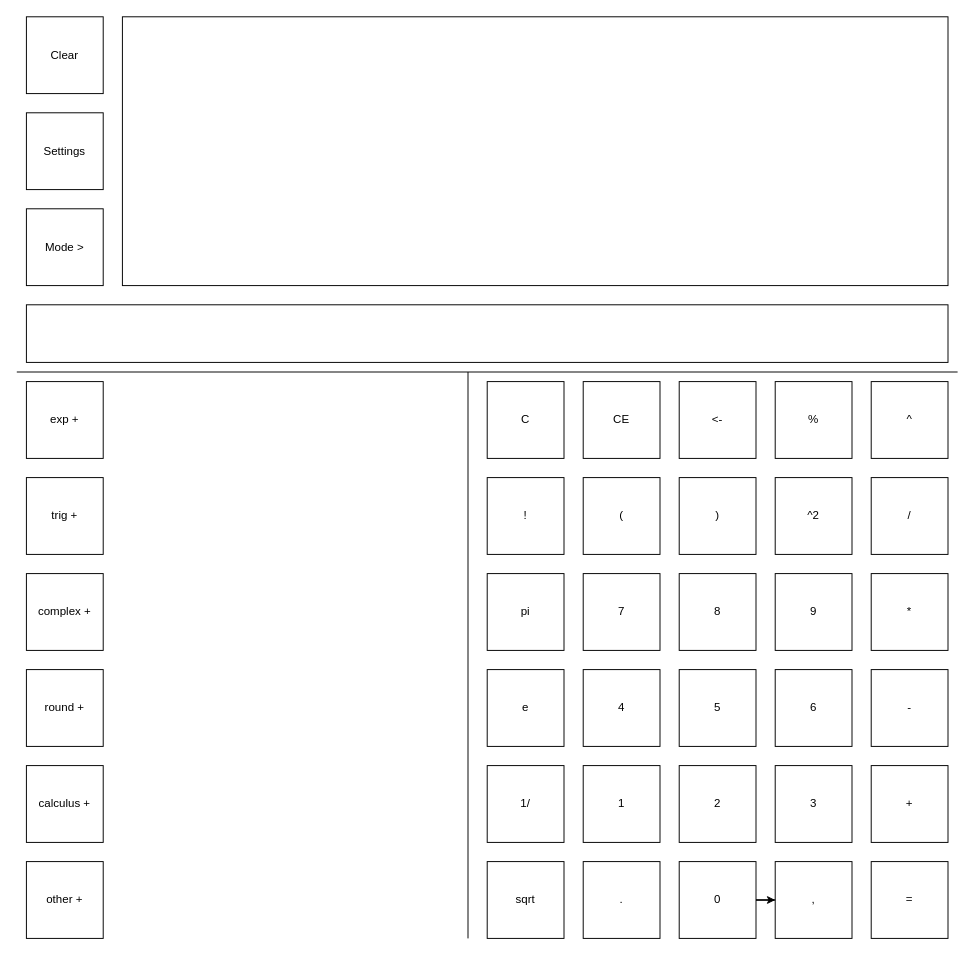
Earlier version of the draw.io diagram caclfelx2.drawio (fiban123/CalcFlex2). Source tidied: cells renumbered, new cells numbered last; positions are measured from the earlier drawing's top-left corner, leaving out a move shared by most shapes. Both pictures are drawn from the tidied source at 96%, with x=0, y=0 at pixel (16, 16).
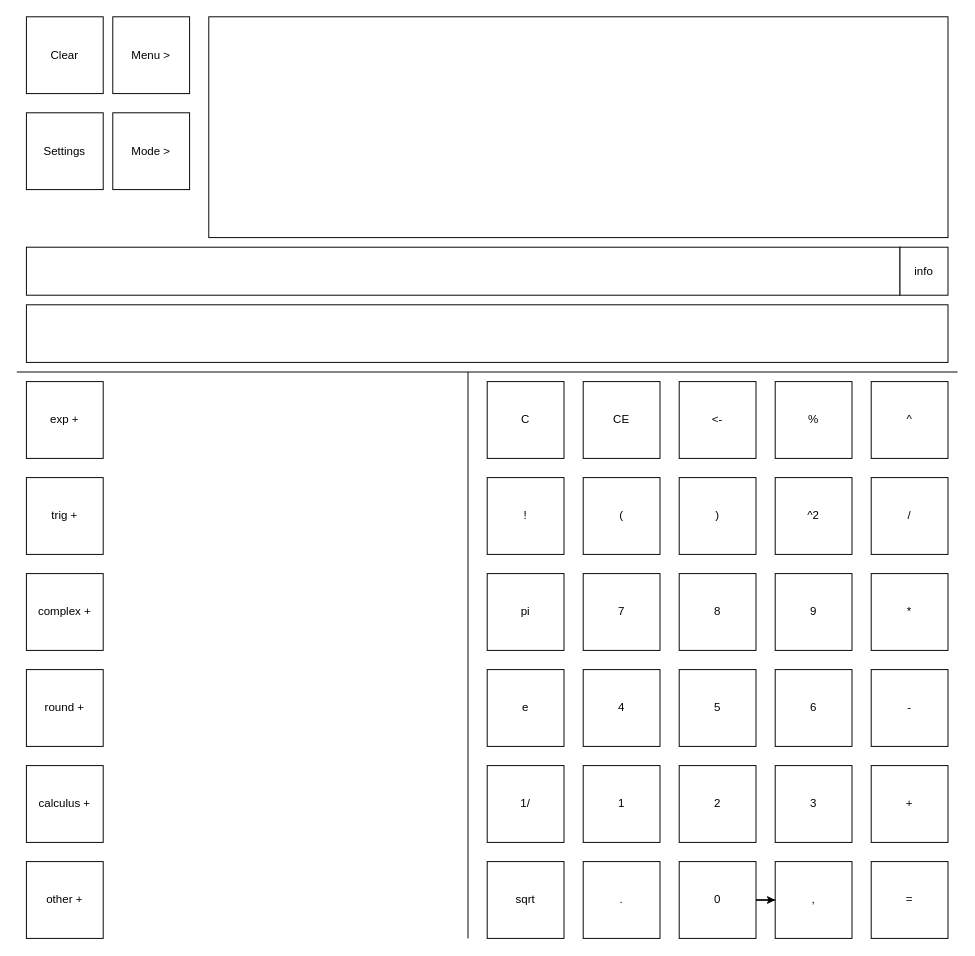
The same page after the edit.

Change to the diagram source:
```diff
@@
-    <mxCell id="43" value="Mode &amp;gt;" style="whiteSpace=wrap;html=1;" parent="1" vertex="1">
-      <mxGeometry x="10" y="200" width="80" height="80" as="geometry" />
+    <mxCell id="43" value="Menu &amp;gt;" style="whiteSpace=wrap;html=1;" parent="1" vertex="1">
+      <mxGeometry x="100" width="80" height="80" as="geometry" />
     </mxCell>
@@
     <mxCell id="45" style="rounded=0;whiteSpace=wrap;html=1;" parent="1" vertex="1">
-      <mxGeometry x="110" width="860" height="280" as="geometry" />
+      <mxGeometry x="200" width="770" height="230" as="geometry" />
     </mxCell>
+    <mxCell id="46" value="Mode &amp;gt;" style="whiteSpace=wrap;html=1;" parent="1" vertex="1">
+      <mxGeometry x="100" y="100" width="80" height="80" as="geometry" />
+    </mxCell>
+    <mxCell id="47" style="rounded=0;whiteSpace=wrap;html=1;" parent="1" vertex="1">
+      <mxGeometry x="10" y="240" width="910" height="50" as="geometry" />
+    </mxCell>
+    <mxCell id="48" value="info" style="whiteSpace=wrap;html=1;" parent="1" vertex="1">
+      <mxGeometry x="920" y="240" width="50" height="50" as="geometry" />
+    </mxCell>
```
